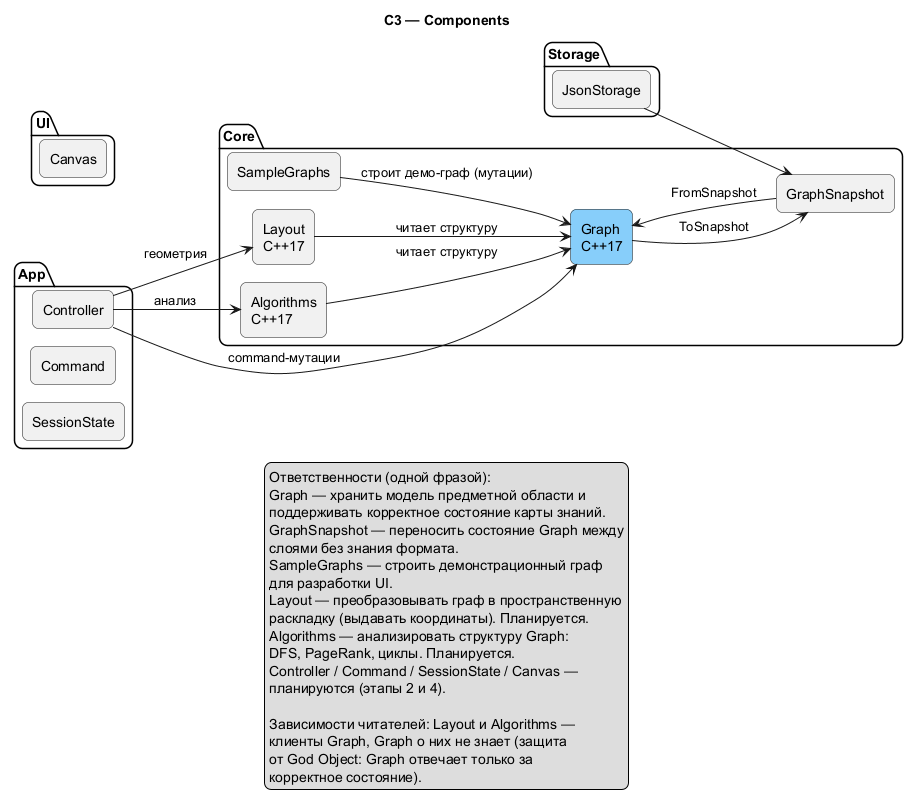
Before: docs/assets/c4/C3.png, a diagram exported from PlantUML (Anastas2817/ravel-kb).
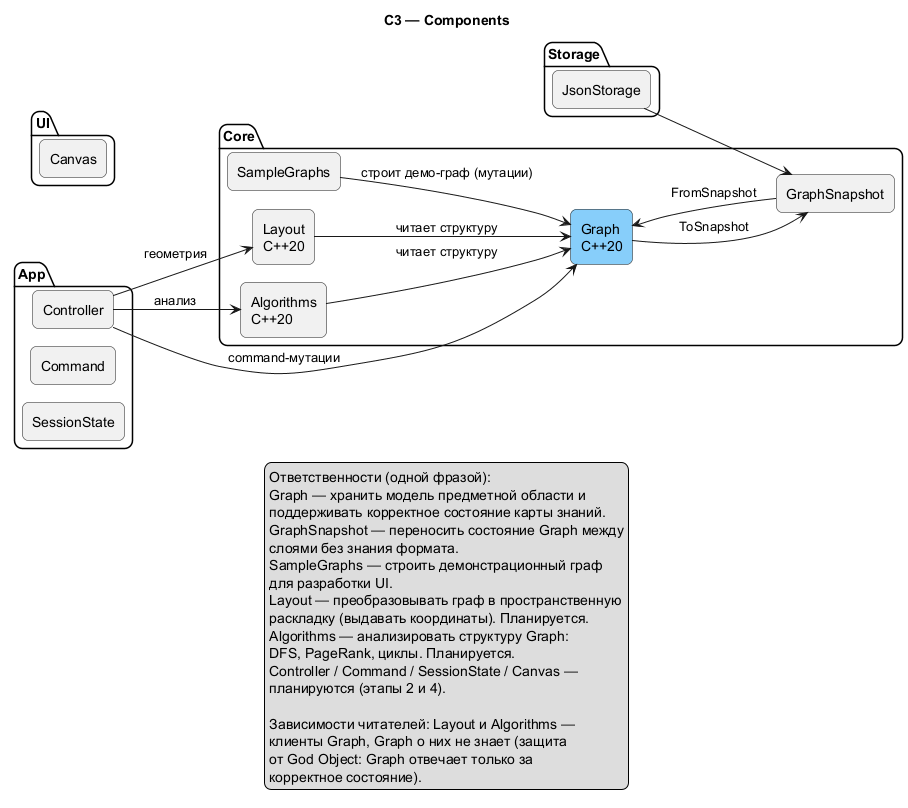
Later version of the same file.

What changed in the source:
```diff
@@ -16,11 +16,11 @@
 
 package "Core" {
 
-  rectangle "Graph\nC++17" as Graph #LightSkyBlue
+  rectangle "Graph\nC++20" as Graph #LightSkyBlue
   rectangle "GraphSnapshot" as Snapshot
   rectangle "SampleGraphs" as Samples
-  rectangle "Layout\nC++17" as Layout
-  rectangle "Algorithms\nC++17" as Algo
+  rectangle "Layout\nC++20" as Layout
+  rectangle "Algorithms\nC++20" as Algo
 
   Layout --> Graph : читает структуру
   Algo --> Graph : читает структуру
```
